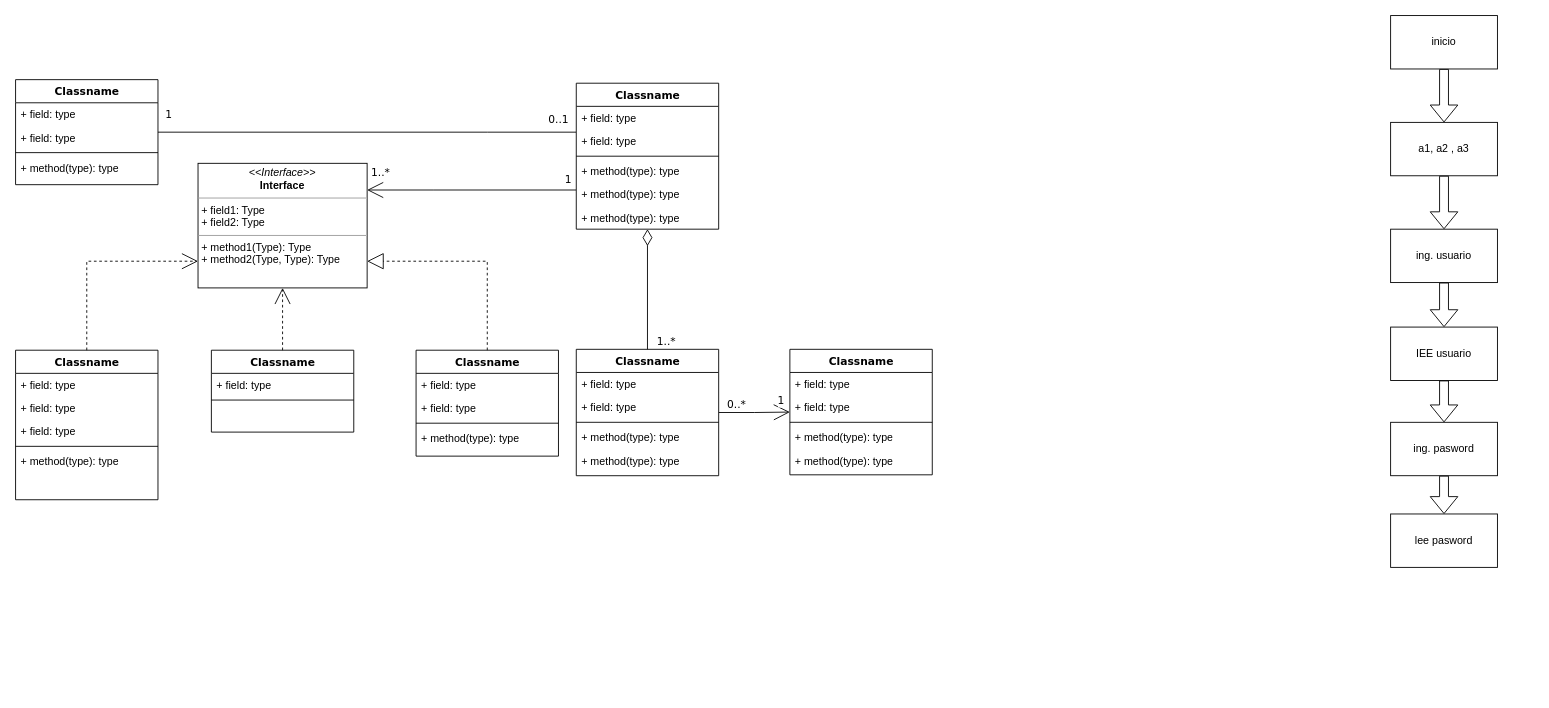
The draw.io diagram Diagrama sin título.drawio in VictorJ-Ch/Cafeteria-Menu, before the edit. Source tidied: cells renumbered, new cells numbered last; positions are measured from the earlier drawing's top-left corner, leaving out a move shared by most shapes. Both pictures are drawn from the tidied source at 89%, with x=0, y=0 at pixel (15, 15).
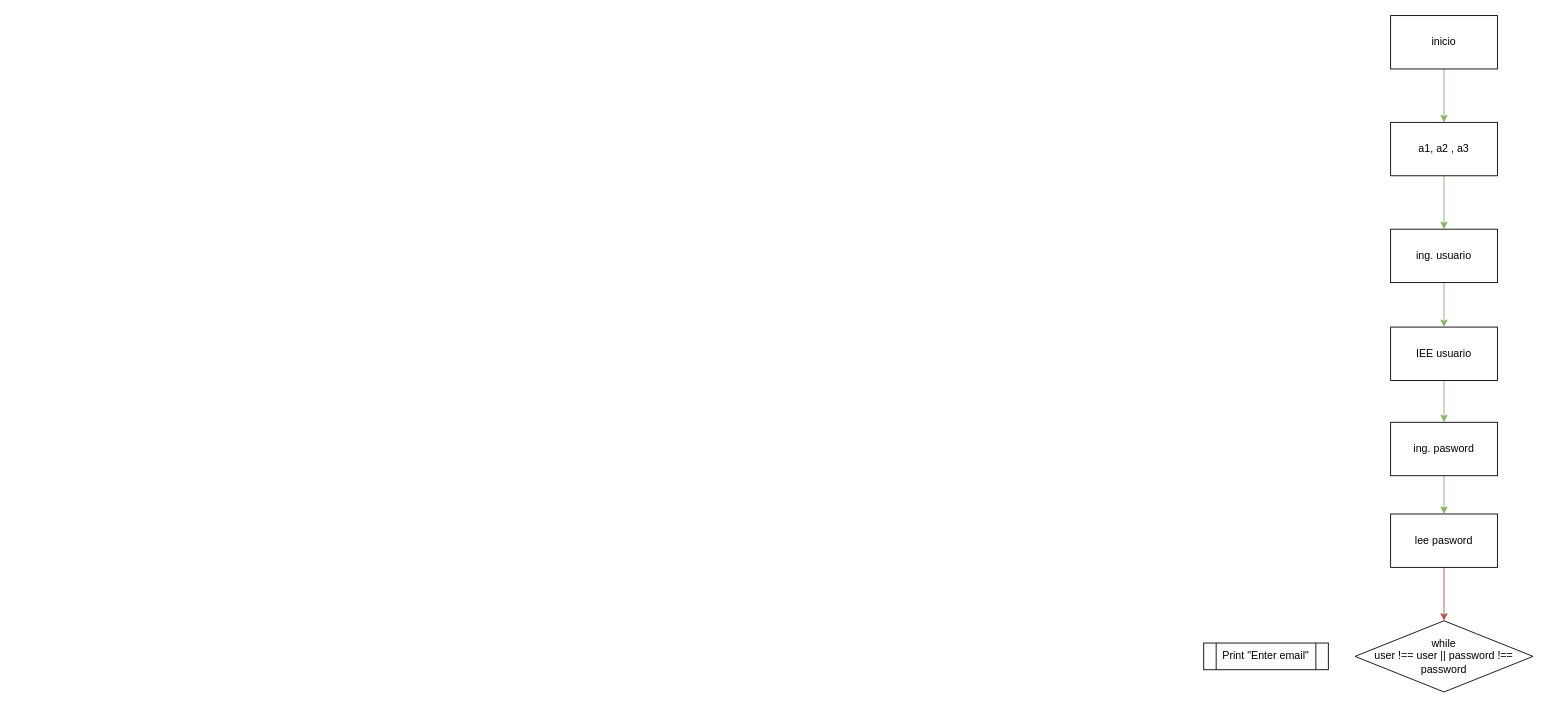
After the change.

Unchanged cells that the change refers to:
```xml
<mxCell id="55" value="inicio" style="rounded=0;whiteSpace=wrap;html=1;" parent="1" vertex="1">
  <mxGeometry x="1545" width="120" height="60" as="geometry" />
</mxCell>
<mxCell id="56" value="a1, a2 , a3" style="rounded=0;whiteSpace=wrap;html=1;" parent="1" vertex="1">
  <mxGeometry x="1545" y="120" width="120" height="60" as="geometry" />
</mxCell>
<mxCell id="57" value="ing. usuario" style="rounded=0;whiteSpace=wrap;html=1;" parent="1" vertex="1">
  <mxGeometry x="1545" y="240" width="120" height="60" as="geometry" />
</mxCell>
<mxCell id="58" value="IEE usuario" style="rounded=0;whiteSpace=wrap;html=1;" parent="1" vertex="1">
  <mxGeometry x="1545" y="350" width="120" height="60" as="geometry" />
</mxCell>
<mxCell id="59" value="ing. pasword" style="rounded=0;whiteSpace=wrap;html=1;" parent="1" vertex="1">
  <mxGeometry x="1545" y="457" width="120" height="60" as="geometry" />
</mxCell>
<mxCell id="60" value="lee pasword" style="rounded=0;whiteSpace=wrap;html=1;" parent="1" vertex="1">
  <mxGeometry x="1545" y="560" width="120" height="60" as="geometry" />
</mxCell>
```

Change to the diagram source:
```diff
@@
-    <mxCell id="2" style="edgeStyle=orthogonalEdgeStyle;rounded=0;html=1;dashed=1;labelBackgroundColor=none;startArrow=none;startFill=0;startSize=8;endArrow=open;endFill=0;endSize=16;fontFamily=Verdana;fontSize=12;" parent="1" edge="1" source="3" target="54">
-      <mxGeometry relative="1" as="geometry">
-        <Array as="points">
-          <mxPoint x="80" y="276" />
-        </Array>
-      </mxGeometry>
-    </mxCell>
-    <mxCell id="3" value="Classname" style="swimlane;html=1;fontStyle=1;align=center;verticalAlign=top;horizontal=1;startSize=26;swimlaneFillColor=#ffffff;rounded=0;shadow=0;comic=0;labelBackgroundColor=none;strokeWidth=1;fillColor=none;fontFamily=Verdana;fontSize=12;" parent="1" vertex="1">
-      <mxGeometry y="376" width="160" height="168" as="geometry" />
-    </mxCell>
-    <mxCell id="4" value="+ field: type" style="text;html=1;strokeColor=none;fillColor=none;align=left;verticalAlign=top;spacingLeft=4;spacingRight=4;whiteSpace=wrap;overflow=hidden;" parent="3" vertex="1">
-      <mxGeometry y="26" width="160" height="26" as="geometry" />
-    </mxCell>
-    <mxCell id="5" value="+ field: type" style="text;html=1;strokeColor=none;fillColor=none;align=left;verticalAlign=top;spacingLeft=4;spacingRight=4;whiteSpace=wrap;overflow=hidden;" parent="3" vertex="1">
-      <mxGeometry y="52" width="160" height="26" as="geometry" />
-    </mxCell>
-    <mxCell id="6" value="+ field: type" style="text;html=1;strokeColor=none;fillColor=none;align=left;verticalAlign=top;spacingLeft=4;spacingRight=4;whiteSpace=wrap;overflow=hidden;" parent="3" vertex="1">
-      <mxGeometry y="78" width="160" height="26" as="geometry" />
-    </mxCell>
-    <mxCell id="7" style="line;html=1;strokeWidth=1;fillColor=none;align=left;verticalAlign=middle;spacingTop=-1;spacingLeft=3;spacingRight=3;labelPosition=right;" parent="3" vertex="1">
-      <mxGeometry y="104" width="160" height="8" as="geometry" />
-    </mxCell>
-    <mxCell id="8" value="+ method(type): type" style="text;html=1;strokeColor=none;fillColor=none;align=left;verticalAlign=top;spacingLeft=4;spacingRight=4;whiteSpace=wrap;overflow=hidden;" parent="3" vertex="1">
-      <mxGeometry y="112" width="160" height="26" as="geometry" />
-    </mxCell>
-    <mxCell id="9" value="Classname" style="swimlane;html=1;fontStyle=1;align=center;verticalAlign=top;horizontal=1;startSize=26;swimlaneFillColor=#ffffff;rounded=0;shadow=0;comic=0;labelBackgroundColor=none;strokeWidth=1;fillColor=none;fontFamily=Verdana;fontSize=12;" parent="1" vertex="1">
-      <mxGeometry y="72" width="160" height="118" as="geometry" />
-    </mxCell>
-    <mxCell id="10" value="+ field: type" style="text;html=1;strokeColor=none;fillColor=none;align=left;verticalAlign=top;spacingLeft=4;spacingRight=4;whiteSpace=wrap;overflow=hidden;" parent="9" vertex="1">
-      <mxGeometry y="26" width="160" height="26" as="geometry" />
-    </mxCell>
-    <mxCell id="11" value="+ field: type" style="text;html=1;strokeColor=none;fillColor=none;align=left;verticalAlign=top;spacingLeft=4;spacingRight=4;whiteSpace=wrap;overflow=hidden;" parent="9" vertex="1">
-      <mxGeometry y="52" width="160" height="26" as="geometry" />
-    </mxCell>
-    <mxCell id="12" style="line;html=1;strokeWidth=1;fillColor=none;align=left;verticalAlign=middle;spacingTop=-1;spacingLeft=3;spacingRight=3;labelPosition=right;" parent="9" vertex="1">
-      <mxGeometry y="78" width="160" height="8" as="geometry" />
-    </mxCell>
-    <mxCell id="13" value="+ method(type): type" style="text;html=1;strokeColor=none;fillColor=none;align=left;verticalAlign=top;spacingLeft=4;spacingRight=4;whiteSpace=wrap;overflow=hidden;" parent="9" vertex="1">
-      <mxGeometry y="86" width="160" height="26" as="geometry" />
-    </mxCell>
-    <mxCell id="14" style="edgeStyle=orthogonalEdgeStyle;rounded=0;html=1;labelBackgroundColor=none;startArrow=none;startFill=0;startSize=8;endArrow=open;endFill=0;endSize=16;fontFamily=Verdana;fontSize=12;" parent="1" edge="1" source="20" target="54">
-      <mxGeometry relative="1" as="geometry">
-        <Array as="points">
-          <mxPoint x="470" y="196" />
-          <mxPoint x="470" y="196" />
-        </Array>
-      </mxGeometry>
-    </mxCell>
-    <mxCell id="15" value="1..*" style="text;html=1;align=center;verticalAlign=middle;labelBackgroundColor=#ffffff;fontSize=12;fontFamily=Verdana;" parent="14" vertex="1">
-      <mxGeometry x="0.86" y="2" relative="1" as="geometry">
-        <mxPoint x="-2" y="-22" as="offset" />
-      </mxGeometry>
-    </mxCell>
-    <mxCell id="16" value="1" style="text;html=1;align=center;verticalAlign=middle;labelBackgroundColor=#ffffff;fontSize=12;fontFamily=Verdana;" parent="14" vertex="1">
-      <mxGeometry x="0.36" y="152" relative="1" as="geometry">
-        <mxPoint x="150" y="-164" as="offset" />
-      </mxGeometry>
-    </mxCell>
-    <mxCell id="17" style="edgeStyle=orthogonalEdgeStyle;rounded=0;html=1;labelBackgroundColor=none;startArrow=none;startFill=0;startSize=8;endArrow=none;endFill=0;endSize=16;fontFamily=Verdana;fontSize=12;" parent="1" edge="1" source="20" target="9">
-      <mxGeometry relative="1" as="geometry">
-        <Array as="points">
-          <mxPoint x="530" y="131" />
-          <mxPoint x="530" y="131" />
-        </Array>
-      </mxGeometry>
-    </mxCell>
-    <mxCell id="18" value="0..1" style="text;html=1;align=center;verticalAlign=middle;labelBackgroundColor=#ffffff;fontSize=12;fontFamily=Verdana;" parent="17" vertex="1">
-      <mxGeometry x="-0.57" y="-86" relative="1" as="geometry">
-        <mxPoint x="80" y="71" as="offset" />
-      </mxGeometry>
-    </mxCell>
-    <mxCell id="19" value="1" style="text;html=1;align=center;verticalAlign=middle;labelBackgroundColor=#ffffff;fontSize=12;fontFamily=Verdana;" parent="17" vertex="1">
-      <mxGeometry x="0.89" y="-1" relative="1" as="geometry">
-        <mxPoint x="-15" y="-19" as="offset" />
-      </mxGeometry>
-    </mxCell>
-    <mxCell id="20" value="Classname" style="swimlane;html=1;fontStyle=1;align=center;verticalAlign=top;horizontal=1;startSize=26;swimlaneFillColor=#ffffff;rounded=0;shadow=0;comic=0;labelBackgroundColor=none;strokeWidth=1;fillColor=none;fontFamily=Verdana;fontSize=12;" parent="1" vertex="1">
-      <mxGeometry x="630" y="76" width="160" height="164" as="geometry" />
-    </mxCell>
-    <mxCell id="21" value="+ field: type" style="text;html=1;strokeColor=none;fillColor=none;align=left;verticalAlign=top;spacingLeft=4;spacingRight=4;whiteSpace=wrap;overflow=hidden;" parent="20" vertex="1">
-      <mxGeometry y="26" width="160" height="26" as="geometry" />
-    </mxCell>
-    <mxCell id="22" value="+ field: type" style="text;html=1;strokeColor=none;fillColor=none;align=left;verticalAlign=top;spacingLeft=4;spacingRight=4;whiteSpace=wrap;overflow=hidden;" parent="20" vertex="1">
-      <mxGeometry y="52" width="160" height="26" as="geometry" />
-    </mxCell>
-    <mxCell id="23" style="line;html=1;strokeWidth=1;fillColor=none;align=left;verticalAlign=middle;spacingTop=-1;spacingLeft=3;spacingRight=3;labelPosition=right;" parent="20" vertex="1">
-      <mxGeometry y="78" width="160" height="8" as="geometry" />
-    </mxCell>
-    <mxCell id="24" value="+ method(type): type" style="text;html=1;strokeColor=none;fillColor=none;align=left;verticalAlign=top;spacingLeft=4;spacingRight=4;whiteSpace=wrap;overflow=hidden;" parent="20" vertex="1">
-      <mxGeometry y="86" width="160" height="26" as="geometry" />
-    </mxCell>
-    <mxCell id="25" value="+ method(type): type" style="text;html=1;strokeColor=none;fillColor=none;align=left;verticalAlign=top;spacingLeft=4;spacingRight=4;whiteSpace=wrap;overflow=hidden;" parent="20" vertex="1">
-      <mxGeometry y="112" width="160" height="26" as="geometry" />
-    </mxCell>
-    <mxCell id="26" value="+ method(type): type" style="text;html=1;strokeColor=none;fillColor=none;align=left;verticalAlign=top;spacingLeft=4;spacingRight=4;whiteSpace=wrap;overflow=hidden;" parent="20" vertex="1">
-      <mxGeometry y="138" width="160" height="26" as="geometry" />
-    </mxCell>
-    <mxCell id="27" style="edgeStyle=orthogonalEdgeStyle;rounded=0;html=1;dashed=1;labelBackgroundColor=none;startArrow=none;startFill=0;startSize=8;endArrow=open;endFill=0;endSize=16;fontFamily=Verdana;fontSize=12;" parent="1" edge="1" source="28" target="54">
-      <mxGeometry relative="1" as="geometry" />
-    </mxCell>
-    <mxCell id="28" value="Classname" style="swimlane;html=1;fontStyle=1;align=center;verticalAlign=top;horizontal=1;startSize=26;swimlaneFillColor=#ffffff;rounded=0;shadow=0;comic=0;labelBackgroundColor=none;strokeWidth=1;fillColor=none;fontFamily=Verdana;fontSize=12;" parent="1" vertex="1">
-      <mxGeometry x="220" y="376" width="160" height="92" as="geometry" />
-    </mxCell>
-    <mxCell id="29" value="+ field: type" style="text;html=1;strokeColor=none;fillColor=none;align=left;verticalAlign=top;spacingLeft=4;spacingRight=4;whiteSpace=wrap;overflow=hidden;" parent="28" vertex="1">
-      <mxGeometry y="26" width="160" height="26" as="geometry" />
-    </mxCell>
-    <mxCell id="30" style="line;html=1;strokeWidth=1;fillColor=none;align=left;verticalAlign=middle;spacingTop=-1;spacingLeft=3;spacingRight=3;labelPosition=right;" parent="28" vertex="1">
-      <mxGeometry y="52" width="160" height="8" as="geometry" />
-    </mxCell>
-    <mxCell id="31" style="edgeStyle=orthogonalEdgeStyle;rounded=0;html=1;labelBackgroundColor=none;startArrow=none;startFill=0;startSize=8;endArrow=diamondThin;endFill=0;endSize=16;fontFamily=Verdana;fontSize=12;" parent="1" edge="1" source="36" target="20">
-      <mxGeometry relative="1" as="geometry" />
-    </mxCell>
-    <mxCell id="32" value="1..*" style="text;html=1;align=center;verticalAlign=middle;labelBackgroundColor=#ffffff;fontSize=12;fontFamily=Verdana;" parent="31" vertex="1">
-      <mxGeometry x="-0.85" y="-1" relative="1" as="geometry">
-        <mxPoint x="19" y="1" as="offset" />
-      </mxGeometry>
-    </mxCell>
-    <mxCell id="33" style="edgeStyle=orthogonalEdgeStyle;rounded=0;html=1;labelBackgroundColor=none;startArrow=none;startFill=0;startSize=8;endArrow=open;endFill=0;endSize=16;fontFamily=Verdana;fontSize=12;" parent="1" edge="1" source="36" target="42">
-      <mxGeometry relative="1" as="geometry" />
-    </mxCell>
-    <mxCell id="34" value="0..*" style="text;html=1;align=center;verticalAlign=middle;labelBackgroundColor=#ffffff;fontSize=12;fontFamily=Verdana;" parent="33" vertex="1">
-      <mxGeometry x="-0.79" relative="1" as="geometry">
-        <mxPoint x="11" y="-10" as="offset" />
-      </mxGeometry>
-    </mxCell>
-    <mxCell id="35" value="1" style="text;html=1;align=center;verticalAlign=middle;labelBackgroundColor=#ffffff;fontSize=12;fontFamily=Verdana;" parent="33" vertex="1">
-      <mxGeometry x="0.7" y="1" relative="1" as="geometry">
-        <mxPoint x="2" y="-12" as="offset" />
-      </mxGeometry>
-    </mxCell>
-    <mxCell id="36" value="Classname" style="swimlane;html=1;fontStyle=1;align=center;verticalAlign=top;horizontal=1;startSize=26;swimlaneFillColor=#ffffff;rounded=0;shadow=0;comic=0;labelBackgroundColor=none;strokeWidth=1;fillColor=none;fontFamily=Verdana;fontSize=12;" parent="1" vertex="1">
-      <mxGeometry x="630" y="375" width="160" height="142" as="geometry" />
-    </mxCell>
-    <mxCell id="37" value="+ field: type" style="text;html=1;strokeColor=none;fillColor=none;align=left;verticalAlign=top;spacingLeft=4;spacingRight=4;whiteSpace=wrap;overflow=hidden;" parent="36" vertex="1">
-      <mxGeometry y="26" width="160" height="26" as="geometry" />
-    </mxCell>
-    <mxCell id="38" value="+ field: type" style="text;html=1;strokeColor=none;fillColor=none;align=left;verticalAlign=top;spacingLeft=4;spacingRight=4;whiteSpace=wrap;overflow=hidden;" parent="36" vertex="1">
-      <mxGeometry y="52" width="160" height="26" as="geometry" />
-    </mxCell>
-    <mxCell id="39" style="line;html=1;strokeWidth=1;fillColor=none;align=left;verticalAlign=middle;spacingTop=-1;spacingLeft=3;spacingRight=3;labelPosition=right;" parent="36" vertex="1">
-      <mxGeometry y="78" width="160" height="8" as="geometry" />
-    </mxCell>
-    <mxCell id="40" value="+ method(type): type" style="text;html=1;strokeColor=none;fillColor=none;align=left;verticalAlign=top;spacingLeft=4;spacingRight=4;whiteSpace=wrap;overflow=hidden;" parent="36" vertex="1">
-      <mxGeometry y="86" width="160" height="26" as="geometry" />
-    </mxCell>
-    <mxCell id="41" value="+ method(type): type" style="text;html=1;strokeColor=none;fillColor=none;align=left;verticalAlign=top;spacingLeft=4;spacingRight=4;whiteSpace=wrap;overflow=hidden;" parent="36" vertex="1">
-      <mxGeometry y="112" width="160" height="26" as="geometry" />
-    </mxCell>
-    <mxCell id="42" value="Classname" style="swimlane;html=1;fontStyle=1;align=center;verticalAlign=top;horizontal=1;startSize=26;swimlaneFillColor=#ffffff;rounded=0;shadow=0;comic=0;labelBackgroundColor=none;strokeWidth=1;fillColor=none;fontFamily=Verdana;fontSize=12;" parent="1" vertex="1">
-      <mxGeometry x="870" y="375" width="160" height="141" as="geometry" />
-    </mxCell>
-    <mxCell id="43" value="+ field: type" style="text;html=1;strokeColor=none;fillColor=none;align=left;verticalAlign=top;spacingLeft=4;spacingRight=4;whiteSpace=wrap;overflow=hidden;" parent="42" vertex="1">
-      <mxGeometry y="26" width="160" height="26" as="geometry" />
-    </mxCell>
-    <mxCell id="44" value="+ field: type" style="text;html=1;strokeColor=none;fillColor=none;align=left;verticalAlign=top;spacingLeft=4;spacingRight=4;whiteSpace=wrap;overflow=hidden;" parent="42" vertex="1">
-      <mxGeometry y="52" width="160" height="26" as="geometry" />
-    </mxCell>
-    <mxCell id="45" style="line;html=1;strokeWidth=1;fillColor=none;align=left;verticalAlign=middle;spacingTop=-1;spacingLeft=3;spacingRight=3;labelPosition=right;" parent="42" vertex="1">
-      <mxGeometry y="78" width="160" height="8" as="geometry" />
-    </mxCell>
-    <mxCell id="46" value="+ method(type): type" style="text;html=1;strokeColor=none;fillColor=none;align=left;verticalAlign=top;spacingLeft=4;spacingRight=4;whiteSpace=wrap;overflow=hidden;" parent="42" vertex="1">
-      <mxGeometry y="86" width="160" height="26" as="geometry" />
-    </mxCell>
-    <mxCell id="47" value="+ method(type): type" style="text;html=1;strokeColor=none;fillColor=none;align=left;verticalAlign=top;spacingLeft=4;spacingRight=4;whiteSpace=wrap;overflow=hidden;" parent="42" vertex="1">
-      <mxGeometry y="112" width="160" height="26" as="geometry" />
-    </mxCell>
-    <mxCell id="48" style="edgeStyle=orthogonalEdgeStyle;rounded=0;html=1;dashed=1;labelBackgroundColor=none;startArrow=none;startFill=0;startSize=8;endArrow=block;endFill=0;endSize=16;fontFamily=Verdana;fontSize=12;" parent="1" edge="1" source="49" target="54">
-      <mxGeometry relative="1" as="geometry">
-        <Array as="points">
-          <mxPoint x="530" y="276" />
-        </Array>
-      </mxGeometry>
-    </mxCell>
-    <mxCell id="49" value="Classname" style="swimlane;html=1;fontStyle=1;align=center;verticalAlign=top;horizontal=1;startSize=26;swimlaneFillColor=#ffffff;rounded=0;shadow=0;comic=0;labelBackgroundColor=none;strokeWidth=1;fillColor=none;fontFamily=Verdana;fontSize=12;" parent="1" vertex="1">
-      <mxGeometry x="450" y="376" width="160" height="119" as="geometry" />
-    </mxCell>
-    <mxCell id="50" value="+ field: type" style="text;html=1;strokeColor=none;fillColor=none;align=left;verticalAlign=top;spacingLeft=4;spacingRight=4;whiteSpace=wrap;overflow=hidden;" parent="49" vertex="1">
-      <mxGeometry y="26" width="160" height="26" as="geometry" />
-    </mxCell>
-    <mxCell id="51" value="+ field: type" style="text;html=1;strokeColor=none;fillColor=none;align=left;verticalAlign=top;spacingLeft=4;spacingRight=4;whiteSpace=wrap;overflow=hidden;" parent="49" vertex="1">
-      <mxGeometry y="52" width="160" height="26" as="geometry" />
-    </mxCell>
-    <mxCell id="52" style="line;html=1;strokeWidth=1;fillColor=none;align=left;verticalAlign=middle;spacingTop=-1;spacingLeft=3;spacingRight=3;labelPosition=right;" parent="49" vertex="1">
-      <mxGeometry y="78" width="160" height="8" as="geometry" />
-    </mxCell>
-    <mxCell id="53" value="+ method(type): type" style="text;html=1;strokeColor=none;fillColor=none;align=left;verticalAlign=top;spacingLeft=4;spacingRight=4;whiteSpace=wrap;overflow=hidden;" parent="49" vertex="1">
-      <mxGeometry y="86" width="160" height="26" as="geometry" />
-    </mxCell>
-    <mxCell id="54" value="&lt;p style=&quot;margin:0px;margin-top:4px;text-align:center;&quot;&gt;&lt;i&gt;&amp;lt;&amp;lt;Interface&amp;gt;&amp;gt;&lt;/i&gt;&lt;br/&gt;&lt;b&gt;Interface&lt;/b&gt;&lt;/p&gt;&lt;hr size=&quot;1&quot;/&gt;&lt;p style=&quot;margin:0px;margin-left:4px;&quot;&gt;+ field1: Type&lt;br/&gt;+ field2: Type&lt;/p&gt;&lt;hr size=&quot;1&quot;/&gt;&lt;p style=&quot;margin:0px;margin-left:4px;&quot;&gt;+ method1(Type): Type&lt;br/&gt;+ method2(Type, Type): Type&lt;/p&gt;" style="verticalAlign=top;align=left;overflow=fill;fontSize=12;fontFamily=Helvetica;html=1;rounded=0;shadow=0;comic=0;labelBackgroundColor=none;strokeWidth=1;" parent="1" vertex="1">
-      <mxGeometry x="205" y="166" width="190" height="140" as="geometry" />
-    </mxCell>
+    <mxCell id="61" style="edgeStyle=orthogonalEdgeStyle;rounded=0;jettySize=auto;html=1;exitX=0.5;exitY=1;exitDx=0;exitDy=0;entryX=0.5;entryY=0;entryDx=0;entryDy=0;fillColor=#d5e8d4;gradientColor=#97d077;strokeColor=#82b366;" parent="1" edge="1" source="55" target="56">
+      <mxGeometry relative="1" as="geometry" />
+    </mxCell>
@@
+    <mxCell id="62" style="edgeStyle=orthogonalEdgeStyle;rounded=0;jettySize=auto;html=1;exitX=0.5;exitY=1;exitDx=0;exitDy=0;entryX=0.5;entryY=0;entryDx=0;entryDy=0;fillColor=#d5e8d4;gradientColor=#97d077;strokeColor=#82b366;" parent="1" edge="1" source="56" target="57">
+      <mxGeometry relative="1" as="geometry" />
+    </mxCell>
@@
+    <mxCell id="63" style="edgeStyle=orthogonalEdgeStyle;rounded=0;jettySize=auto;html=1;exitX=0.5;exitY=1;exitDx=0;exitDy=0;entryX=0.5;entryY=0;entryDx=0;entryDy=0;fillColor=#d5e8d4;gradientColor=#97d077;strokeColor=#82b366;" parent="1" edge="1" source="57" target="58">
+      <mxGeometry relative="1" as="geometry" />
+    </mxCell>
@@
+    <mxCell id="64" style="edgeStyle=orthogonalEdgeStyle;rounded=0;jettySize=auto;html=1;exitX=0.5;exitY=1;exitDx=0;exitDy=0;entryX=0.5;entryY=0;entryDx=0;entryDy=0;fillColor=#d5e8d4;gradientColor=#97d077;strokeColor=#82b366;" parent="1" edge="1" source="58" target="59">
+      <mxGeometry relative="1" as="geometry" />
+    </mxCell>
@@
+    <mxCell id="65" style="edgeStyle=orthogonalEdgeStyle;rounded=0;jettySize=auto;html=1;exitX=0.5;exitY=1;exitDx=0;exitDy=0;entryX=0.5;entryY=0;entryDx=0;entryDy=0;fillColor=#d5e8d4;gradientColor=#97d077;strokeColor=#82b366;" parent="1" edge="1" source="59" target="60">
+      <mxGeometry relative="1" as="geometry" />
+    </mxCell>
@@
+    <mxCell id="66" style="edgeStyle=orthogonalEdgeStyle;rounded=0;jettySize=auto;html=1;entryX=0.5;entryY=0;entryDx=0;entryDy=0;fillColor=#f8cecc;gradientColor=#ea6b66;strokeColor=#b85450;" parent="1" edge="1" source="60" target="67">
+      <mxGeometry relative="1" as="geometry" />
+    </mxCell>
@@
-    <mxCell id="61" style="shape=flexArrow;endArrow=classic;html=1;rounded=0;fillColor=default;exitX=0.5;exitY=1;exitDx=0;exitDy=0;" parent="1" edge="1" source="55" target="56">
-      <mxGeometry relative="1" as="geometry" />
-    </mxCell>
-    <mxCell id="62" style="shape=flexArrow;endArrow=classic;html=1;rounded=0;fillColor=default;exitX=0.5;exitY=1;exitDx=0;exitDy=0;entryX=0.5;entryY=0;entryDx=0;entryDy=0;" parent="1" edge="1" source="56" target="57">
-      <mxGeometry relative="1" as="geometry" />
-    </mxCell>
-    <mxCell id="63" style="shape=flexArrow;endArrow=classic;html=1;rounded=0;fillColor=default;exitX=0.5;exitY=1;exitDx=0;exitDy=0;entryX=0.5;entryY=0;entryDx=0;entryDy=0;" parent="1" edge="1" source="57" target="58">
-      <mxGeometry relative="1" as="geometry" />
-    </mxCell>
-    <mxCell id="64" style="shape=flexArrow;endArrow=classic;html=1;rounded=0;fillColor=default;" parent="1" edge="1" source="58" target="59">
-      <mxGeometry relative="1" as="geometry" />
-    </mxCell>
-    <mxCell id="65" style="shape=flexArrow;endArrow=classic;html=1;rounded=0;fillColor=default;exitX=0.5;exitY=1;exitDx=0;exitDy=0;entryX=0.5;entryY=0;entryDx=0;entryDy=0;" parent="1" edge="1" source="59" target="60">
-      <mxGeometry relative="1" as="geometry" />
-    </mxCell>
+    <mxCell id="67" value="while&lt;br&gt;user !== user || password !== password" style="rhombus;whiteSpace=wrap;html=1;" parent="1" vertex="1">
+      <mxGeometry x="1505" y="680" width="200" height="80" as="geometry" />
+    </mxCell>
+    <mxCell id="68" value="Print &quot;Enter email&quot;" style="shape=process;whiteSpace=wrap;html=1;backgroundOutline=1;" parent="1" vertex="1">
+      <mxGeometry x="1335" y="705" width="140" height="30" as="geometry" />
+    </mxCell>
```
